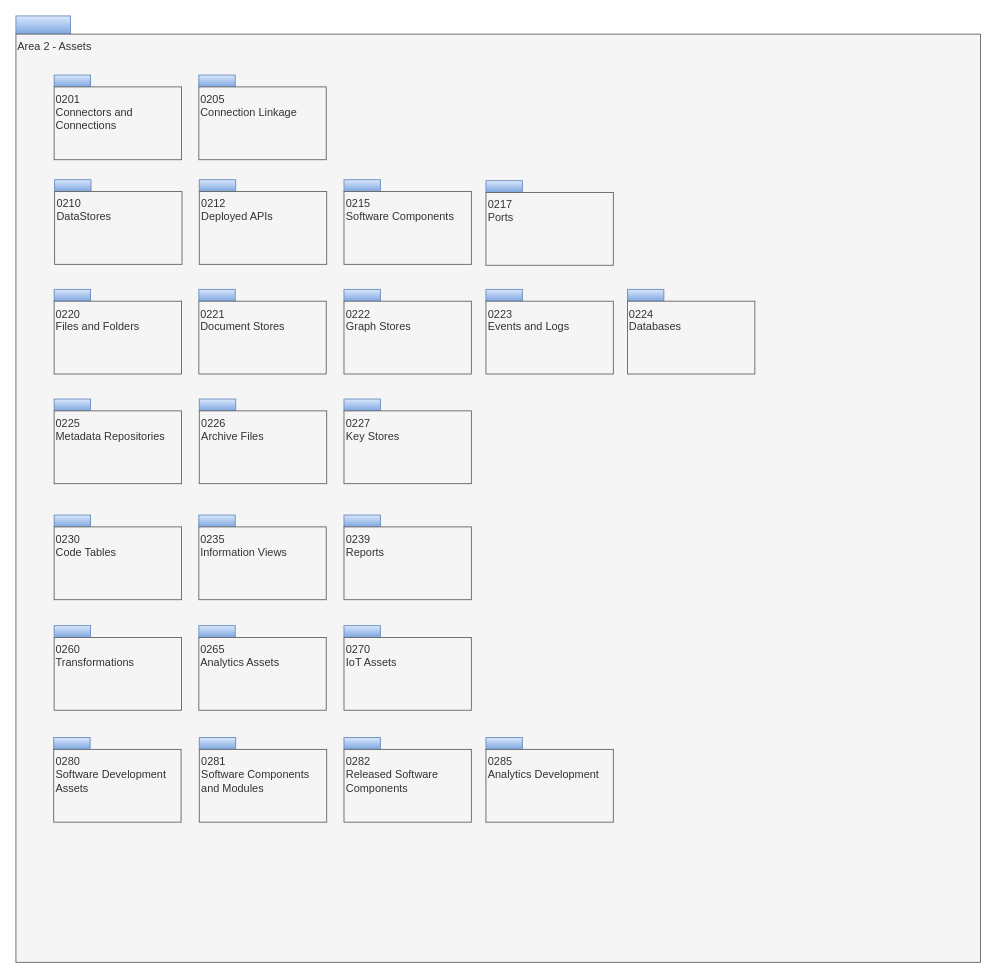
Before: page "overview" (1 of 25) of site/docs/types/2/area-2-assets.drawio in odpi/egeria-docs, a draw.io diagram. Source tidied: cells renumbered, new cells numbered last; positions are measured from the earlier drawing's top-left corner, leaving out a move shared by most shapes. Both pictures are drawn from the tidied source at 91%, with x=0, y=0 at pixel (15, 15).
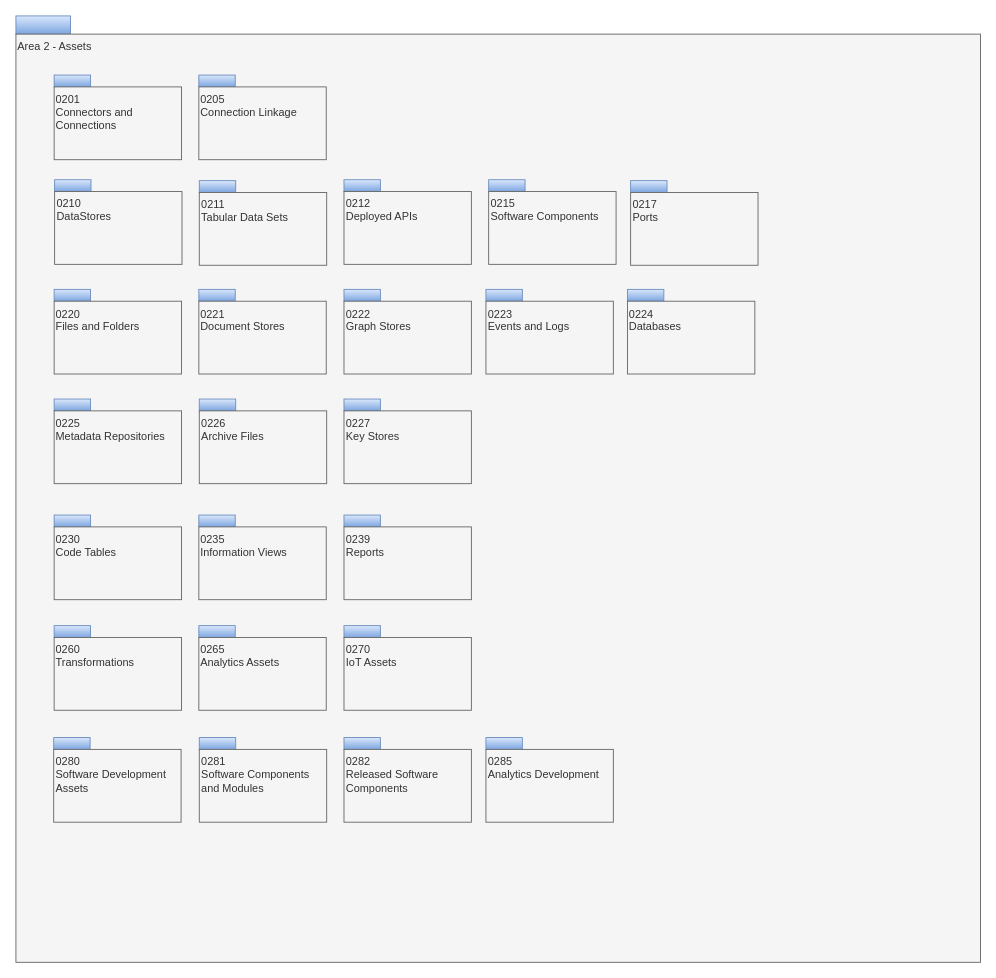
After the change.

Diff of the diagram source:
```diff
@@
     <mxCell id="8" style="rounded=0;whiteSpace=wrap;html=1;align=left;fillColor=#dae8fc;strokeColor=#6c8ebf;gradientColor=#7ea6e0;" parent="1" vertex="1">
-      <mxGeometry x="360.5" y="180" width="40" height="13" as="geometry" />
+      <mxGeometry x="519.5" y="180" width="40" height="13" as="geometry" />
     </mxCell>
     <mxCell id="9" value="0215&lt;br&gt;Software Components&lt;br&gt;" style="rounded=0;whiteSpace=wrap;html=1;align=left;verticalAlign=top;fillColor=#f5f5f5;fontColor=#333333;strokeColor=#666666;" parent="1" vertex="1">
-      <mxGeometry x="360.5" y="193" width="140" height="80" as="geometry" />
+      <mxGeometry x="519.5" y="193" width="140" height="80" as="geometry" />
     </mxCell>
     <mxCell id="10" style="rounded=0;whiteSpace=wrap;html=1;align=left;fillColor=#dae8fc;strokeColor=#6c8ebf;gradientColor=#7ea6e0;" parent="1" vertex="1">
-      <mxGeometry x="516.5" y="181" width="40" height="13" as="geometry" />
+      <mxGeometry x="675.5" y="181" width="40" height="13" as="geometry" />
     </mxCell>
     <mxCell id="11" value="0217&lt;br&gt;Ports" style="rounded=0;whiteSpace=wrap;html=1;align=left;verticalAlign=top;fillColor=#f5f5f5;fontColor=#333333;strokeColor=#666666;" parent="1" vertex="1">
-      <mxGeometry x="516.5" y="194" width="140" height="80" as="geometry" />
+      <mxGeometry x="675.5" y="194" width="140" height="80" as="geometry" />
     </mxCell>
@@
     <mxCell id="14" style="rounded=0;whiteSpace=wrap;html=1;align=left;fillColor=#dae8fc;strokeColor=#6c8ebf;gradientColor=#7ea6e0;" parent="1" vertex="1">
-      <mxGeometry x="201.5" y="180" width="40" height="13" as="geometry" />
+      <mxGeometry x="360.5" y="180" width="40" height="13" as="geometry" />
     </mxCell>
     <mxCell id="15" value="0212&lt;br&gt;Deployed APIs&lt;br&gt;" style="rounded=0;whiteSpace=wrap;html=1;align=left;verticalAlign=top;fillColor=#f5f5f5;fontColor=#333333;strokeColor=#666666;" parent="1" vertex="1">
-      <mxGeometry x="201.5" y="193" width="140" height="80" as="geometry" />
+      <mxGeometry x="360.5" y="193" width="140" height="80" as="geometry" />
     </mxCell>
@@
+    <mxCell id="52" style="rounded=0;whiteSpace=wrap;html=1;align=left;fillColor=#dae8fc;strokeColor=#6c8ebf;gradientColor=#7ea6e0;" parent="1" vertex="1">
+      <mxGeometry x="201.5" y="181" width="40" height="13" as="geometry" />
+    </mxCell>
+    <mxCell id="53" value="0211&lt;br&gt;Tabular Data Sets" style="rounded=0;whiteSpace=wrap;html=1;align=left;verticalAlign=top;fillColor=#f5f5f5;fontColor=#333333;strokeColor=#666666;" parent="1" vertex="1">
+      <mxGeometry x="201.5" y="194" width="140" height="80" as="geometry" />
+    </mxCell>
```
